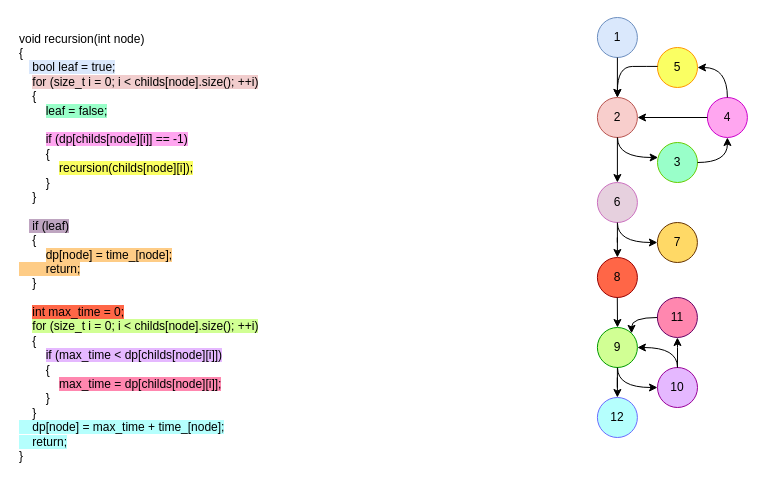
This is page "Page-2" (2 of 2) of part2/diagrams/control_flow/recursion.drawio from Squalexy/QCS-Project, a draw.io file, before an edit. Source tidied: cells renumbered, new cells numbered last; positions are measured from the earlier drawing's top-left corner, leaving out a move shared by most shapes. Both pictures are drawn from the tidied source at 100%, with x=0, y=0 at pixel (17, 17).
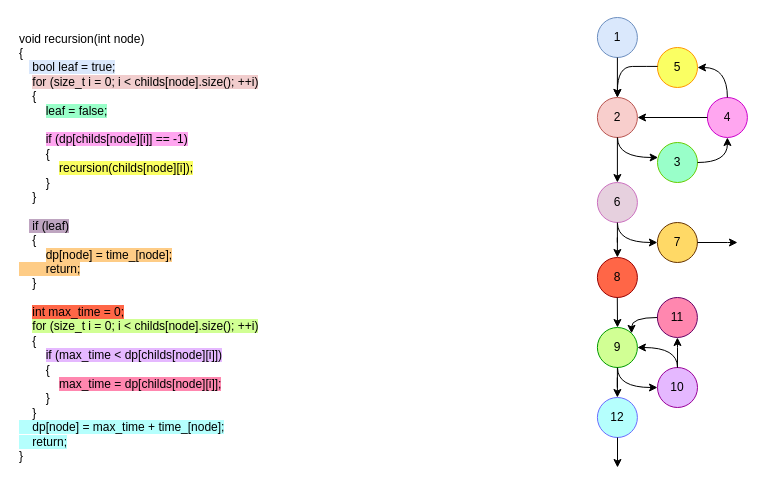
The same diagram, later.

The change refers to these unchanged cells:
```xml
<mxCell id="17" value="7" style="ellipse;whiteSpace=wrap;html=1;fillColor=#FFD966;strokeColor=#663300;" parent="1" vertex="1">
  <mxGeometry x="639.9" y="205" width="40" height="40" as="geometry" />
</mxCell>
<mxCell id="22" value="12" style="ellipse;whiteSpace=wrap;html=1;fillColor=#B5FFFD;strokeColor=#6B6BFF;" parent="1" vertex="1">
  <mxGeometry x="579.9" y="380" width="40" height="40" as="geometry" />
</mxCell>
```

What changed in the source:
```diff
@@
+    <mxCell id="30" style="edgeStyle=orthogonalEdgeStyle;rounded=0;jettySize=auto;html=1;exitX=1;exitY=0.5;exitDx=0;exitDy=0;" parent="1" edge="1" source="17">
+      <mxGeometry relative="1" as="geometry">
+        <mxPoint x="720" y="225" as="targetPoint" />
+        <Array as="points">
+          <mxPoint x="710" y="225" />
+        </Array>
+      </mxGeometry>
+    </mxCell>
+    <mxCell id="31" style="edgeStyle=orthogonalEdgeStyle;rounded=0;jettySize=auto;html=1;exitX=0.5;exitY=1;exitDx=0;exitDy=0;" parent="1" edge="1" source="22">
+      <mxGeometry relative="1" as="geometry">
+        <mxPoint x="600" y="450" as="targetPoint" />
+        <Array as="points">
+          <mxPoint x="600" y="450" />
+          <mxPoint x="600" y="450" />
+        </Array>
+      </mxGeometry>
+    </mxCell>
```
